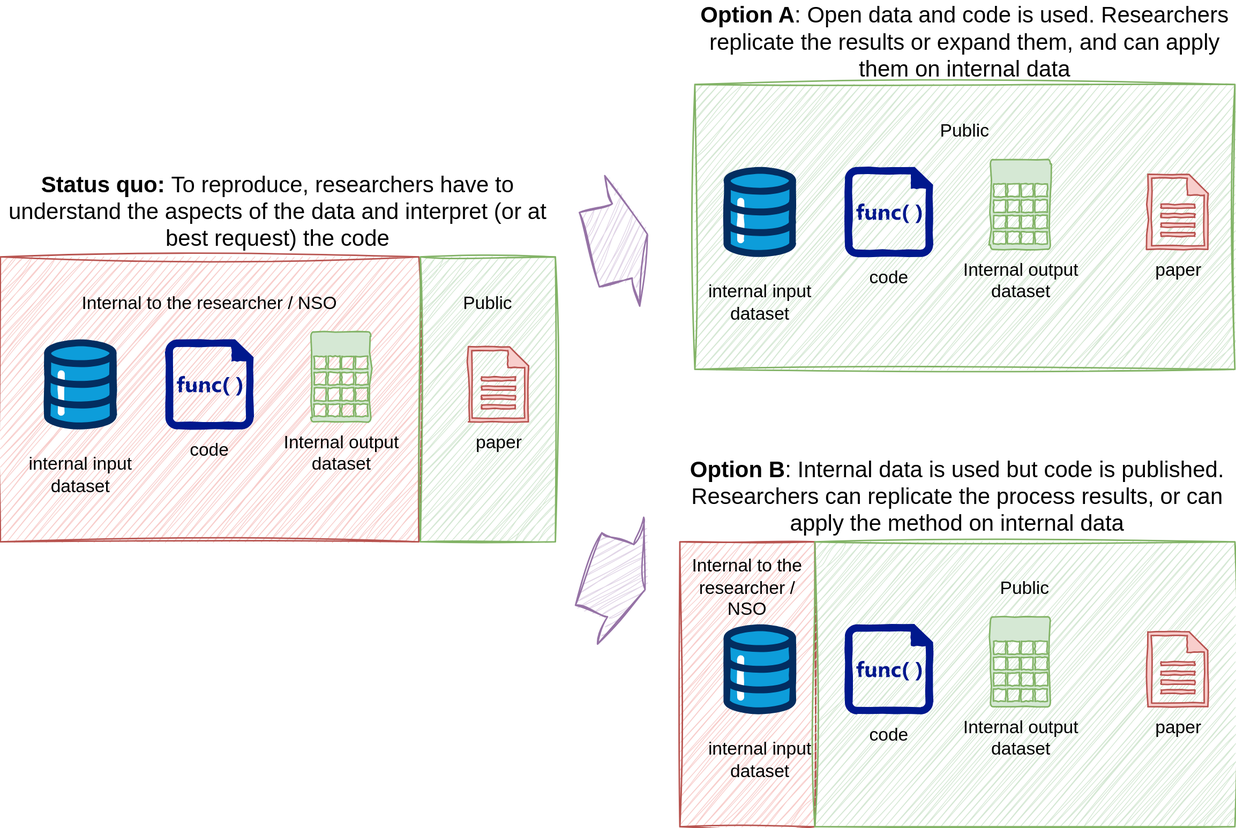
Above: docs/images/reserarch-objects-shifting-the-paradigm.svg in sergegoussev/reproducibility-project (draw.io), before the change. Source tidied: cells renumbered, new cells last; positions are measured from the earlier drawing's top-left corner, leaving out a move shared by most shapes.
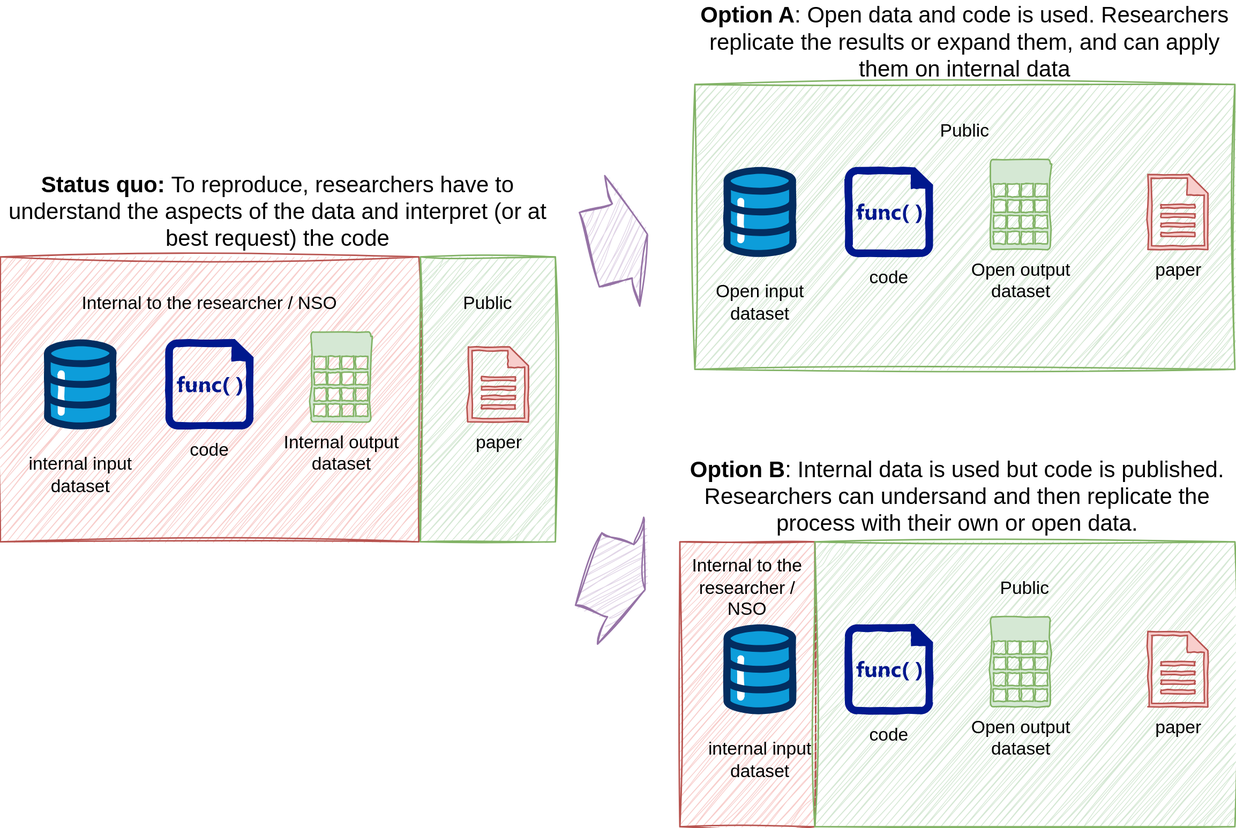
Later version of the same file.

Change to the diagram source:
```diff
@@ -29,7 +29,7 @@
     <mxCell id="10" value="&lt;b&gt;Option A&lt;/b&gt;: Open data and code is used. Researchers replicate the results or expand them, and can apply them on internal data" style="text;html=1;align=center;verticalAlign=middle;whiteSpace=wrap;rounded=0;fontSize=15;" parent="1" vertex="1">
       <mxGeometry x="463" width="360" height="51" as="geometry" />
     </mxCell>
-    <mxCell id="11" value="&lt;b&gt;Option B&lt;/b&gt;: Internal data is used but code is published. Researchers can replicate the process results, or can apply the method on internal data" style="text;html=1;align=center;verticalAlign=middle;whiteSpace=wrap;rounded=0;fontSize=15;" parent="1" vertex="1">
+    <mxCell id="11" value="&lt;b&gt;Option B&lt;/b&gt;: Internal data is used but code is published. Researchers can undersand and then replicate the process with their own or open data." style="text;html=1;align=center;verticalAlign=middle;whiteSpace=wrap;rounded=0;fontSize=15;" parent="1" vertex="1">
       <mxGeometry x="453" y="299" width="370" height="60" as="geometry" />
     </mxCell>
     <mxCell id="12" style="shape=singleArrow;whiteSpace=wrap;html=1;arrowWidth=0.5703708224826389;arrowSize=0.433331298828125;fillColor=#e1d5e7;strokeColor=#9673a6;sketch=1;curveFitting=1;jiggle=2;sketchStyle=rough;rotation=20;" parent="1" vertex="1">
@@ -44,16 +44,16 @@
     <mxCell id="15" value="code" style="shadow=0;dashed=0;html=1;strokeColor=none;labelPosition=center;verticalLabelPosition=bottom;verticalAlign=top;align=center;fillColor=#00188D;shape=mxgraph.mscae.enterprise.code_file;sketch=1;curveFitting=1;jiggle=2;sketchStyle=comic;" parent="1" vertex="1">
       <mxGeometry x="563" y="110" width="58.8" height="60" as="geometry" />
     </mxCell>
-    <mxCell id="16" value="internal input &lt;br&gt;dataset" style="verticalLabelPosition=bottom;html=1;shape=mxgraph.salesforce.data;sketch=1;curveFitting=1;jiggle=2;sketchStyle=comic;" parent="1" vertex="1">
+    <mxCell id="16" value="Open input &lt;br&gt;dataset" style="verticalLabelPosition=bottom;html=1;shape=mxgraph.salesforce.data;sketch=1;curveFitting=1;jiggle=2;sketchStyle=comic;" parent="1" vertex="1">
       <mxGeometry x="482" y="110" width="48.6" height="60" as="geometry" />
     </mxCell>
-    <mxCell id="17" value="Internal output &lt;br&gt;dataset" style="verticalLabelPosition=bottom;html=1;verticalAlign=top;align=center;strokeColor=#82b366;fillColor=#d5e8d4;shape=mxgraph.azure.storage;sketch=1;curveFitting=1;jiggle=2;sketchStyle=comic;" parent="1" vertex="1">
+    <mxCell id="17" value="Open output &lt;br&gt;dataset" style="verticalLabelPosition=bottom;html=1;verticalAlign=top;align=center;strokeColor=#82b366;fillColor=#d5e8d4;shape=mxgraph.azure.storage;sketch=1;curveFitting=1;jiggle=2;sketchStyle=comic;" parent="1" vertex="1">
       <mxGeometry x="660" y="105" width="40" height="60" as="geometry" />
     </mxCell>
     <mxCell id="18" value="Internal to the researcher / NSO&lt;div&gt;&lt;br&gt;&lt;/div&gt;&lt;div&gt;&lt;br&gt;&lt;/div&gt;&lt;div&gt;&lt;br&gt;&lt;/div&gt;&lt;div&gt;&lt;br&gt;&lt;/div&gt;&lt;div&gt;&lt;br&gt;&lt;/div&gt;&lt;div&gt;&lt;br&gt;&lt;/div&gt;&lt;div&gt;&lt;br&gt;&lt;/div&gt;&lt;div&gt;&lt;br&gt;&lt;/div&gt;&lt;div&gt;&lt;br&gt;&lt;/div&gt;" style="rounded=0;whiteSpace=wrap;html=1;fillColor=#f8cecc;strokeColor=#b85450;sketch=1;curveFitting=1;jiggle=2;sketchStyle=rough;" parent="1" vertex="1">
       <mxGeometry x="453" y="360" width="90" height="190" as="geometry" />
     </mxCell>
-    <mxCell id="19" value="Public&lt;div&gt;&lt;br&gt;&lt;/div&gt;&lt;div&gt;&lt;br&gt;&lt;/div&gt;&lt;div&gt;&lt;br&gt;&lt;/div&gt;&lt;div&gt;&lt;br&gt;&lt;/div&gt;&lt;div&gt;&lt;br&gt;&lt;/div&gt;&lt;div&gt;&lt;br&gt;&lt;/div&gt;&lt;div&gt;&lt;br&gt;&lt;/div&gt;&lt;div&gt;&lt;br&gt;&lt;/div&gt;&lt;div&gt;&lt;br&gt;&lt;/div&gt;" style="rounded=0;whiteSpace=wrap;html=1;fillColor=#d5e8d4;strokeColor=#82b366;sketch=1;curveFitting=1;jiggle=2;sketchStyle=rough;" parent="1" vertex="1">
+    <mxCell id="19" value="Public&lt;div&gt;&lt;br&gt;&lt;/div&gt;&lt;div&gt;&lt;br&gt;&lt;/div&gt;&lt;div&gt;&lt;br&gt;&lt;/div&gt;&lt;div&gt;&lt;br&gt;&lt;/div&gt;&lt;div&gt;&lt;br&gt;&lt;/div&gt;&lt;div&gt;&lt;br&gt;&lt;/div&gt;&lt;div&gt;&lt;br&gt;&lt;/div&gt;&lt;div&gt;&lt;br&gt;&lt;/div&gt;&lt;div&gt;&lt;br&gt;&lt;/div&gt;" style="rounded=0;whiteSpace=wrap;html=1;fillColor=#d5e8d4;strokeColor=#82b366;sketch=1;curveFitting=1;jiggle=2;sketchStyle=rough;shadow=0;glass=0;" parent="1" vertex="1">
       <mxGeometry x="543" y="360" width="280" height="190" as="geometry" />
     </mxCell>
     <mxCell id="20" value="paper" style="shadow=0;dashed=0;html=1;strokeColor=#b85450;labelPosition=center;verticalLabelPosition=bottom;verticalAlign=top;align=center;fillColor=#f8cecc;shape=mxgraph.mscae.enterprise.document;sketch=1;curveFitting=1;jiggle=2;sketchStyle=comic;" parent="1" vertex="1">
@@ -65,7 +65,7 @@
     <mxCell id="22" value="internal input &lt;br&gt;dataset" style="verticalLabelPosition=bottom;html=1;shape=mxgraph.salesforce.data;sketch=1;curveFitting=1;jiggle=2;sketchStyle=comic;" parent="1" vertex="1">
       <mxGeometry x="482" y="415" width="48.6" height="60" as="geometry" />
     </mxCell>
-    <mxCell id="23" value="Internal output &lt;br&gt;dataset" style="verticalLabelPosition=bottom;html=1;verticalAlign=top;align=center;strokeColor=#82b366;fillColor=#d5e8d4;shape=mxgraph.azure.storage;sketch=1;curveFitting=1;jiggle=2;sketchStyle=comic;" parent="1" vertex="1">
+    <mxCell id="23" value="Open output &lt;br&gt;dataset" style="verticalLabelPosition=bottom;html=1;verticalAlign=top;align=center;strokeColor=#82b366;fillColor=#d5e8d4;shape=mxgraph.azure.storage;sketch=1;curveFitting=1;jiggle=2;sketchStyle=comic;" parent="1" vertex="1">
       <mxGeometry x="660" y="410" width="40" height="60" as="geometry" />
     </mxCell>
   </root>
```
